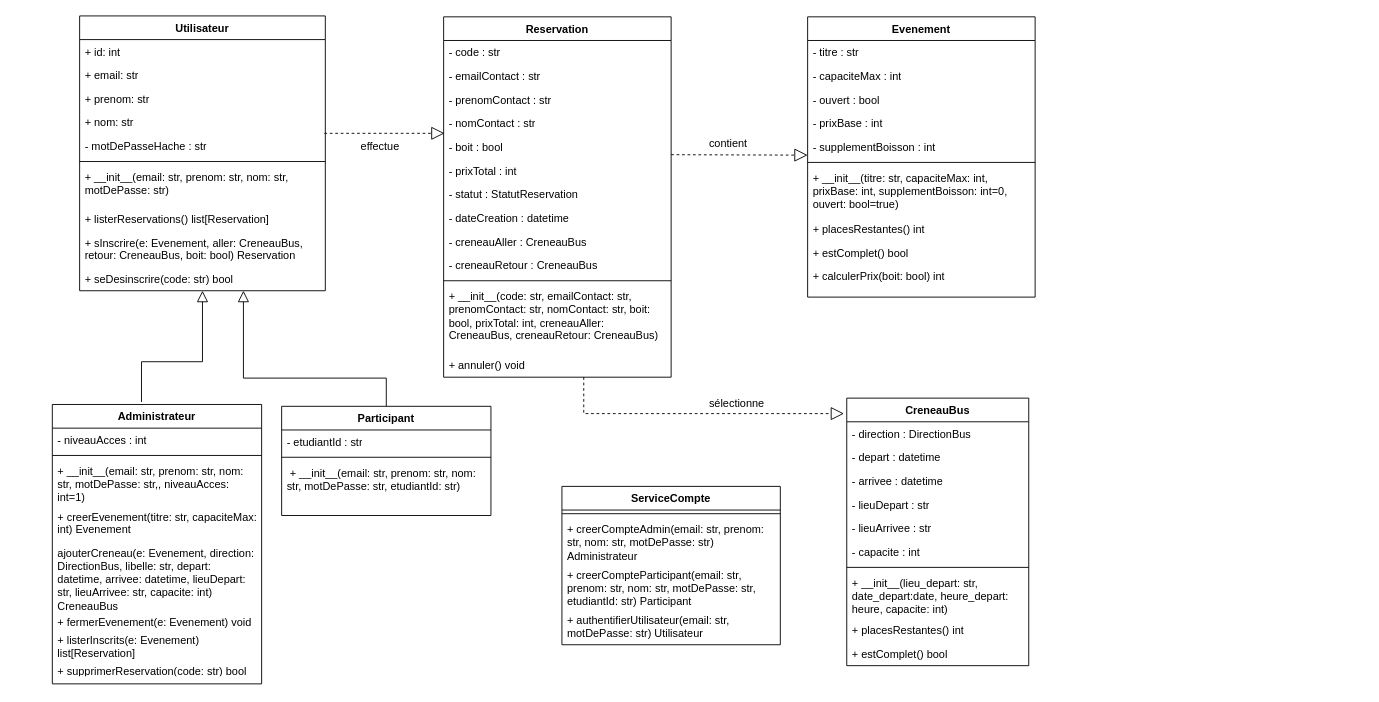
khalidjerrari/ENSAI-Projet-info-2A keeps this draw.io diagram as doc/diagramme_classe.drawio. Above is the earlier version. Source tidied: cells renumbered, new cells numbered last; positions are measured from the earlier drawing's top-left corner, leaving out a move shared by most shapes. Both pictures are drawn from the tidied source at 91%, with x=0, y=0 at pixel (52, 15).
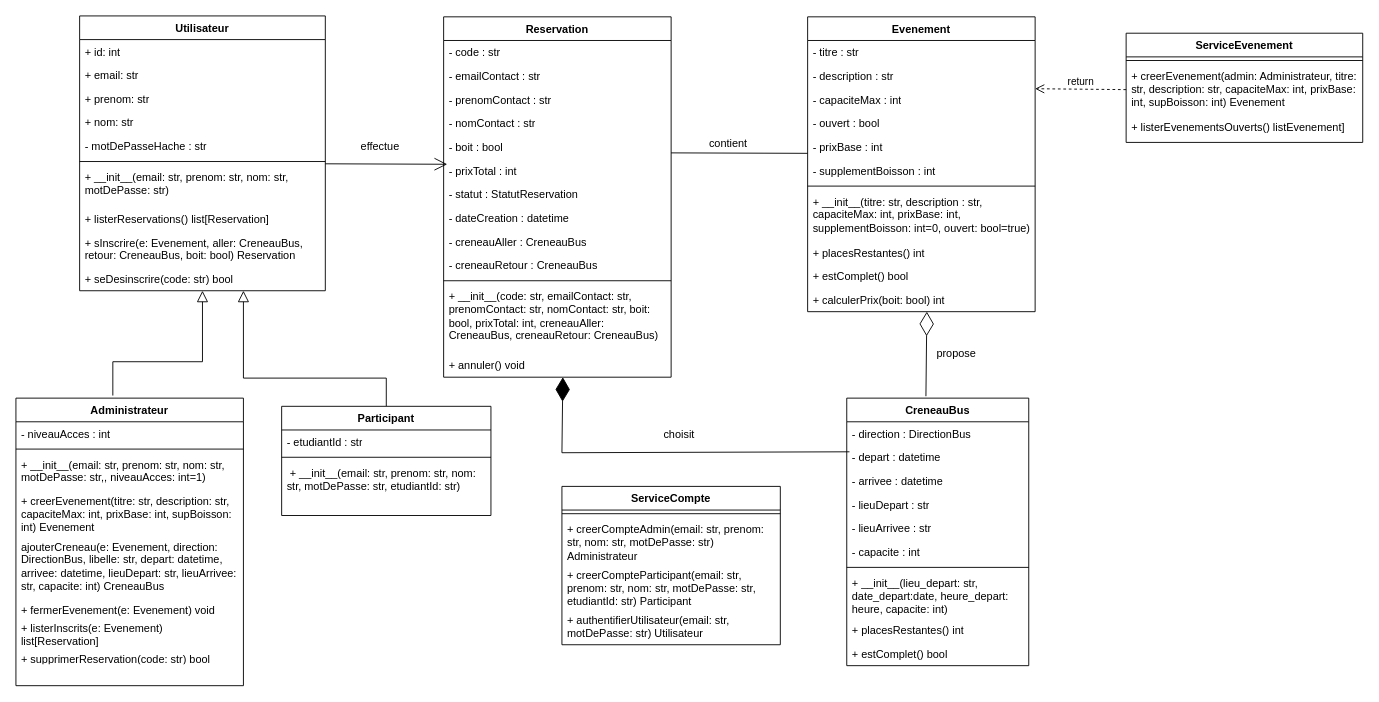
Above is the later version.

Commit message:
Mettre à jour diagramme_classe.drawio

Unchanged cells that the change refers to:
```xml
<mxCell id="6" value="+ nom: str" style="text;strokeColor=none;fillColor=none;align=left;verticalAlign=top;spacingLeft=4;spacingRight=4;overflow=hidden;points=[[0,0.5],[1,0.5]];portConstraint=eastwest;whiteSpace=wrap;html=1;" parent="2" vertex="1">
  <mxGeometry y="104" width="270" height="26" as="geometry" />
</mxCell>
<mxCell id="41" value="- depart : datetime&amp;nbsp;" style="text;strokeColor=none;fillColor=none;align=left;verticalAlign=top;spacingLeft=4;spacingRight=4;overflow=hidden;points=[[0,0.5],[1,0.5]];portConstraint=eastwest;whiteSpace=wrap;html=1;" parent="39" vertex="1">
  <mxGeometry y="52" width="200" height="26" as="geometry" />
</mxCell>
<mxCell id="54" value="- nomContact : str" style="text;strokeColor=none;fillColor=none;align=left;verticalAlign=top;spacingLeft=4;spacingRight=4;overflow=hidden;points=[[0,0.5],[1,0.5]];portConstraint=eastwest;whiteSpace=wrap;html=1;" parent="50" vertex="1">
  <mxGeometry y="104" width="250" height="26" as="geometry" />
</mxCell>
<mxCell id="56" value="- prixTotal : int" style="text;strokeColor=none;fillColor=none;align=left;verticalAlign=top;spacingLeft=4;spacingRight=4;overflow=hidden;points=[[0,0.5],[1,0.5]];portConstraint=eastwest;whiteSpace=wrap;html=1;" parent="50" vertex="1">
  <mxGeometry y="156" width="250" height="26" as="geometry" />
</mxCell>
```

What changed in the source:
```diff
@@
     <mxCell id="13" value="Administrateur" style="swimlane;fontStyle=1;align=center;verticalAlign=top;horizontal=1;startSize=26;rounded=0;shadow=0;strokeWidth=1;" parent="1" vertex="1">
-      <mxGeometry y="427" width="230" height="307" as="geometry" />
+      <mxGeometry x="-40" y="420" width="250" height="316" as="geometry" />
     </mxCell>
     <mxCell id="14" value="- niveauAcces : int" style="text;strokeColor=none;fillColor=none;align=left;verticalAlign=top;spacingLeft=4;spacingRight=4;overflow=hidden;whiteSpace=wrap;html=1;" parent="13" vertex="1">
-      <mxGeometry y="26" width="230" height="26" as="geometry" />
+      <mxGeometry y="26" width="250" height="26" as="geometry" />
     </mxCell>
     <mxCell id="15" style="line;html=1;strokeWidth=1;align=left;verticalAlign=middle;spacingTop=-1;spacingLeft=3;spacingRight=3;labelPosition=right;" parent="13" vertex="1">
-      <mxGeometry y="52" width="230" height="8" as="geometry" />
+      <mxGeometry y="52" width="250" height="8" as="geometry" />
     </mxCell>
     <mxCell id="16" value="+ __init__(email: str, prenom: str, nom: str, motDePasse: str,, niveauAcces: int=1)" style="text;strokeColor=none;fillColor=none;align=left;verticalAlign=top;spacingLeft=4;spacingRight=4;overflow=hidden;whiteSpace=wrap;html=1;" parent="13" vertex="1">
-      <mxGeometry y="60" width="230" height="50" as="geometry" />
+      <mxGeometry y="60" width="250" height="40" as="geometry" />
     </mxCell>
-    <mxCell id="17" value="+ creerEvenement(titre: str, capaciteMax: int) Evenement" style="text;strokeColor=none;fillColor=none;align=left;verticalAlign=top;spacingLeft=4;spacingRight=4;overflow=hidden;whiteSpace=wrap;html=1;" parent="13" vertex="1">
-      <mxGeometry y="110" width="230" height="40" as="geometry" />
+    <mxCell id="17" value="+ creerEvenement(titre: str, description: str, capaciteMax: int, prixBase: int, supBoisson: int) Evenement" style="text;strokeColor=none;fillColor=none;align=left;verticalAlign=top;spacingLeft=4;spacingRight=4;overflow=hidden;whiteSpace=wrap;html=1;" parent="13" vertex="1">
+      <mxGeometry y="100" width="250" height="50" as="geometry" />
     </mxCell>
     <mxCell id="18" value="ajouterCreneau(e: Evenement, direction: DirectionBus, libelle: str, depart: datetime, arrivee: datetime, lieuDepart: str, lieuArrivee: str, capacite: int) CreneauBus" style="text;strokeColor=none;fillColor=none;align=left;verticalAlign=top;spacingLeft=4;spacingRight=4;overflow=hidden;whiteSpace=wrap;html=1;" parent="13" vertex="1">
-      <mxGeometry y="150" width="230" height="76" as="geometry" />
+      <mxGeometry y="150" width="250" height="70" as="geometry" />
     </mxCell>
     <mxCell id="19" value="+ fermerEvenement(e: Evenement) void" style="text;strokeColor=none;fillColor=none;align=left;verticalAlign=top;spacingLeft=4;spacingRight=4;overflow=hidden;whiteSpace=wrap;html=1;" parent="13" vertex="1">
-      <mxGeometry y="226" width="230" height="20" as="geometry" />
+      <mxGeometry y="220" width="250" height="20" as="geometry" />
     </mxCell>
     <mxCell id="20" value="+ listerInscrits(e: Evenement) list[Reservation]" style="text;strokeColor=none;fillColor=none;align=left;verticalAlign=top;spacingLeft=4;spacingRight=4;overflow=hidden;whiteSpace=wrap;html=1;" parent="13" vertex="1">
-      <mxGeometry y="246" width="230" height="34" as="geometry" />
+      <mxGeometry y="240" width="250" height="34" as="geometry" />
     </mxCell>
     <mxCell id="21" value="+ supprimerReservation(code: str) bool" style="text;strokeColor=none;fillColor=none;align=left;verticalAlign=top;spacingLeft=4;spacingRight=4;overflow=hidden;whiteSpace=wrap;html=1;" parent="13" vertex="1">
-      <mxGeometry y="280" width="230" height="16" as="geometry" />
+      <mxGeometry y="274" width="250" height="16" as="geometry" />
     </mxCell>
@@
     <mxCell id="24" value="Evenement" style="swimlane;fontStyle=1;align=center;verticalAlign=top;horizontal=1;startSize=26;rounded=0;shadow=0;strokeWidth=1;" parent="1" vertex="1">
-      <mxGeometry x="830" y="1" width="250" height="308" as="geometry" />
+      <mxGeometry x="830" y="1" width="250" height="324" as="geometry" />
     </mxCell>
@@
+    <mxCell id="75" value="- description : str" style="text;strokeColor=none;fillColor=none;align=left;verticalAlign=top;spacingLeft=4;spacingRight=4;overflow=hidden;whiteSpace=wrap;html=1;" parent="24" vertex="1">
+      <mxGeometry y="52" width="250" height="26" as="geometry" />
+    </mxCell>
     <mxCell id="26" value="- capaciteMax : int" style="text;strokeColor=none;fillColor=none;align=left;verticalAlign=top;spacingLeft=4;spacingRight=4;overflow=hidden;whiteSpace=wrap;html=1;" parent="24" vertex="1">
-      <mxGeometry y="52" width="250" height="26" as="geometry" />
+      <mxGeometry y="78" width="250" height="26" as="geometry" />
     </mxCell>
     <mxCell id="27" value="- ouvert : bool" style="text;strokeColor=none;fillColor=none;align=left;verticalAlign=top;spacingLeft=4;spacingRight=4;overflow=hidden;whiteSpace=wrap;html=1;" parent="24" vertex="1">
-      <mxGeometry y="78" width="250" height="26" as="geometry" />
+      <mxGeometry y="104" width="250" height="26" as="geometry" />
     </mxCell>
     <mxCell id="28" value="- prixBase : int" style="text;strokeColor=none;fillColor=none;align=left;verticalAlign=top;spacingLeft=4;spacingRight=4;overflow=hidden;whiteSpace=wrap;html=1;" parent="24" vertex="1">
-      <mxGeometry y="104" width="250" height="26" as="geometry" />
+      <mxGeometry y="130" width="250" height="26" as="geometry" />
     </mxCell>
     <mxCell id="29" value="- supplementBoisson : int" style="text;strokeColor=none;fillColor=none;align=left;verticalAlign=top;spacingLeft=4;spacingRight=4;overflow=hidden;whiteSpace=wrap;html=1;" parent="24" vertex="1">
-      <mxGeometry y="130" width="250" height="26" as="geometry" />
+      <mxGeometry y="156" width="250" height="26" as="geometry" />
     </mxCell>
     <mxCell id="30" style="line;html=1;strokeWidth=1;align=left;verticalAlign=middle;spacingTop=-1;spacingLeft=3;spacingRight=3;labelPosition=right;" parent="24" vertex="1">
-      <mxGeometry y="156" width="250" height="8" as="geometry" />
+      <mxGeometry y="182" width="250" height="8" as="geometry" />
     </mxCell>
-    <mxCell id="31" value="+ __init__(titre: str, capaciteMax: int, prixBase: int, supplementBoisson: int=0, ouvert: bool=true)" style="text;strokeColor=none;fillColor=none;align=left;verticalAlign=top;spacingLeft=4;spacingRight=4;overflow=hidden;whiteSpace=wrap;html=1;" parent="24" vertex="1">
-      <mxGeometry y="164" width="250" height="56" as="geometry" />
+    <mxCell id="31" value="+ __init__(titre: str, description : str, capaciteMax: int, prixBase: int, supplementBoisson: int=0, ouvert: bool=true)" style="text;strokeColor=none;fillColor=none;align=left;verticalAlign=top;spacingLeft=4;spacingRight=4;overflow=hidden;whiteSpace=wrap;html=1;" parent="24" vertex="1">
+      <mxGeometry y="190" width="250" height="56" as="geometry" />
     </mxCell>
     <mxCell id="32" value="+ placesRestantes() int" style="text;strokeColor=none;fillColor=none;align=left;verticalAlign=top;spacingLeft=4;spacingRight=4;overflow=hidden;whiteSpace=wrap;html=1;" parent="24" vertex="1">
-      <mxGeometry y="220" width="250" height="26" as="geometry" />
+      <mxGeometry y="246" width="250" height="26" as="geometry" />
     </mxCell>
     <mxCell id="33" value="+ estComplet() bool" style="text;strokeColor=none;fillColor=none;align=left;verticalAlign=top;spacingLeft=4;spacingRight=4;overflow=hidden;whiteSpace=wrap;html=1;" parent="24" vertex="1">
-      <mxGeometry y="246" width="250" height="26" as="geometry" />
+      <mxGeometry y="272" width="250" height="26" as="geometry" />
     </mxCell>
     <mxCell id="34" value="+ calculerPrix(boit: bool) int" style="text;strokeColor=none;fillColor=none;align=left;verticalAlign=top;spacingLeft=4;spacingRight=4;overflow=hidden;whiteSpace=wrap;html=1;" parent="24" vertex="1">
-      <mxGeometry y="272" width="250" height="26" as="geometry" />
+      <mxGeometry y="298" width="250" height="26" as="geometry" />
     </mxCell>
@@
-    <mxCell id="65" style="endArrow=block;dashed=1;endFill=0;endSize=12;html=1;rounded=0;" parent="1" edge="1">
-      <mxGeometry relative="1" as="geometry">
-        <mxPoint x="680" y="152.5" as="sourcePoint" />
-        <mxPoint x="830" y="153" as="targetPoint" />
-      </mxGeometry>
-    </mxCell>
@@
-    <mxCell id="67" value="sélectionne" style="text;whiteSpace=wrap;" parent="1" vertex="1">
-      <mxGeometry x="720" y="412" width="90" height="40" as="geometry" />
+    <mxCell id="67" value="choisit" style="text;whiteSpace=wrap;" parent="1" vertex="1">
+      <mxGeometry x="670" y="446" width="40" height="31" as="geometry" />
     </mxCell>
-    <mxCell id="68" style="endArrow=block;dashed=1;endFill=0;endSize=12;html=1;rounded=0;" parent="1" edge="1">
-      <mxGeometry relative="1" as="geometry">
-        <mxPoint x="584" y="397" as="sourcePoint" />
-        <mxPoint x="870" y="437" as="targetPoint" />
-        <Array as="points">
-          <mxPoint x="584" y="437" />
-        </Array>
-      </mxGeometry>
-    </mxCell>
@@
-    <mxCell id="74" style="endArrow=block;dashed=1;endFill=0;endSize=12;html=1;rounded=0;exitX=0.996;exitY=0.962;exitDx=0;exitDy=0;exitPerimeter=0;entryX=0.004;entryY=0.923;entryDx=0;entryDy=0;entryPerimeter=0;" parent="1" edge="1" source="6" target="54">
-      <mxGeometry relative="1" as="geometry" />
-    </mxCell>
+    <mxCell id="76" value="ServiceEvenement" style="swimlane;fontStyle=1;align=center;verticalAlign=top;horizontal=1;startSize=26;whiteSpace=wrap;html=1;" parent="1" vertex="1">
+      <mxGeometry x="1180" y="19" width="260" height="120" as="geometry" />
+    </mxCell>
+    <mxCell id="77" style="line;strokeWidth=1;fillColor=none;align=left;verticalAlign=middle;spacingTop=-1;spacingLeft=3;spacingRight=3;labelPosition=right;strokeColor=inherit;" parent="76" vertex="1">
+      <mxGeometry y="26" width="260" height="8" as="geometry" />
+    </mxCell>
+    <mxCell id="78" value="+ creerEvenement(admin: Administrateur, titre: str, description: str, capaciteMax: int, prixBase: int, supBoisson: int) Evenement" style="text;strokeColor=none;fillColor=none;align=left;verticalAlign=top;spacingLeft=4;spacingRight=4;overflow=hidden;points=[[0,0.5],[1,0.5]];portConstraint=eastwest;whiteSpace=wrap;html=1;" parent="76" vertex="1">
+      <mxGeometry y="34" width="260" height="56" as="geometry" />
+    </mxCell>
+    <mxCell id="79" value="+ listerEvenementsOuverts() listEvenement]" style="text;strokeColor=none;fillColor=none;align=left;verticalAlign=top;spacingLeft=4;spacingRight=4;overflow=hidden;whiteSpace=wrap;html=1;" parent="76" vertex="1">
+      <mxGeometry y="90" width="260" height="30" as="geometry" />
+    </mxCell>
+    <mxCell id="80" style="endArrow=open;endFill=1;endSize=12;html=1;rounded=0;entryX=0.016;entryY=0.231;entryDx=0;entryDy=0;entryPerimeter=0;" parent="1" edge="1" target="56">
+      <mxGeometry relative="1" as="geometry">
+        <mxPoint x="300" y="162.5" as="sourcePoint" />
+      </mxGeometry>
+    </mxCell>
+    <mxCell id="81" style="endArrow=none;html=1;rounded=0;" parent="1" edge="1">
+      <mxGeometry relative="1" as="geometry">
+        <mxPoint x="680" y="150.5" as="sourcePoint" />
+        <mxPoint x="830" y="151" as="targetPoint" />
+      </mxGeometry>
+    </mxCell>
+    <mxCell id="82" style="endArrow=diamondThin;endFill=0;endSize=24;html=1;rounded=0;entryX=0.5;entryY=1;entryDx=0;entryDy=0;exitX=0.405;exitY=-0.007;exitDx=0;exitDy=0;exitPerimeter=0;" parent="1" edge="1">
+      <mxGeometry relative="1" as="geometry">
+        <mxPoint x="960" y="417.9" as="sourcePoint" />
+        <mxPoint x="961" y="325" as="targetPoint" />
+      </mxGeometry>
+    </mxCell>
+    <mxCell id="83" value="propose" style="text;whiteSpace=wrap;" parent="1" vertex="1">
+      <mxGeometry x="970" y="357" width="80" height="40" as="geometry" />
+    </mxCell>
+    <mxCell id="84" style="endArrow=diamondThin;endFill=1;endSize=24;html=1;rounded=0;exitX=0.015;exitY=0.269;exitDx=0;exitDy=0;entryX=0.564;entryY=1;entryDx=0;entryDy=0;entryPerimeter=0;exitPerimeter=0;" parent="1" edge="1" source="41">
+      <mxGeometry relative="1" as="geometry">
+        <mxPoint x="561" y="397" as="targetPoint" />
+        <Array as="points">
+          <mxPoint x="560" y="480" />
+        </Array>
+      </mxGeometry>
+    </mxCell>
+    <mxCell id="85" value="return" style="html=1;verticalAlign=bottom;endArrow=open;dashed=1;endSize=8;curved=0;rounded=0;exitX=0;exitY=0.5;exitDx=0;exitDy=0;" parent="1" edge="1" source="78">
+      <mxGeometry relative="1" as="geometry">
+        <mxPoint x="1080" y="80" as="targetPoint" />
+      </mxGeometry>
+    </mxCell>
```
